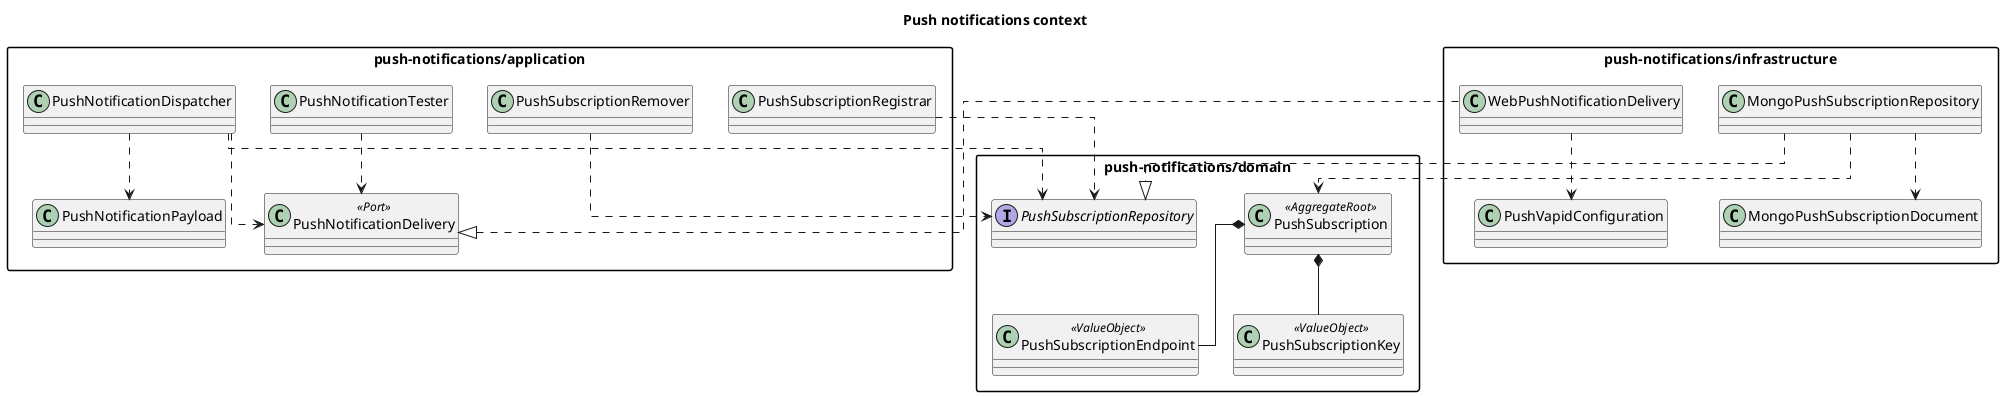
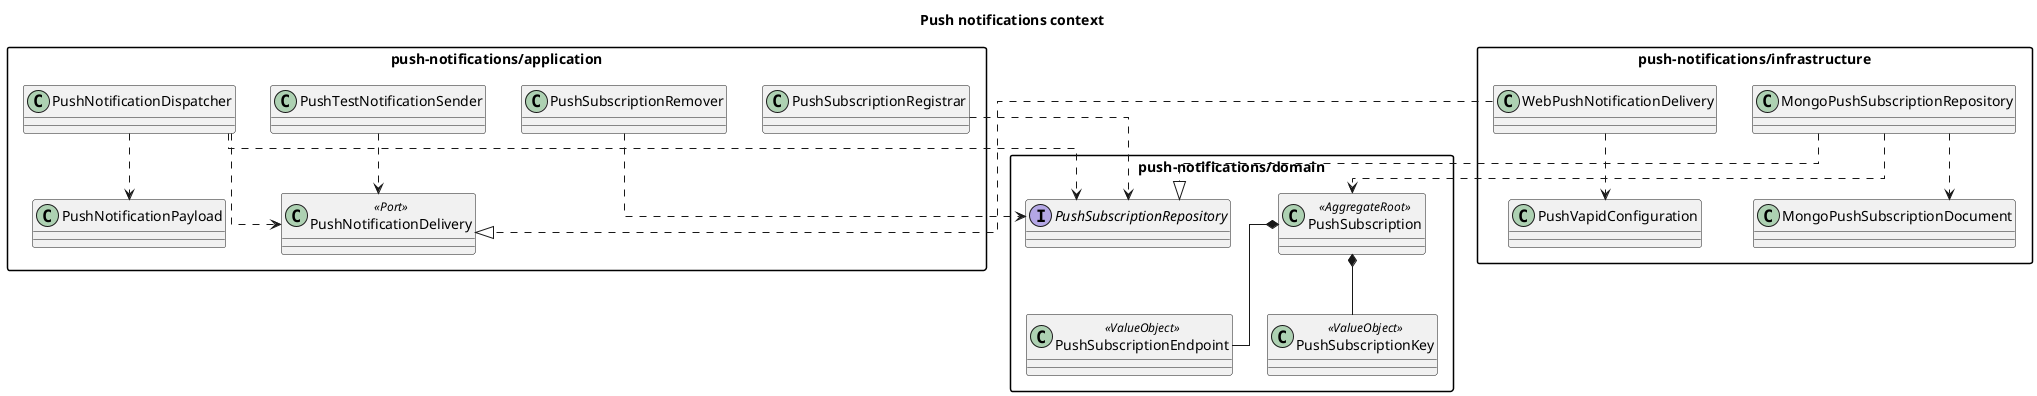
@startuml PushNotificationsClasses
title Push notifications context

skinparam packageStyle rectangle
skinparam linetype ortho

package "push-notifications/domain" {
  class PushSubscription <<AggregateRoot>>
  class PushSubscriptionEndpoint <<ValueObject>>
  class PushSubscriptionKey <<ValueObject>>

  interface PushSubscriptionRepository
}

package "push-notifications/application" {
  class PushSubscriptionRegistrar
  class PushSubscriptionRemover
  class PushNotificationDispatcher
  class PushNotificationDelivery <<Port>>
  class PushNotificationPayload
-   class PushNotificationTester
+   class PushTestNotificationSender
}

package "push-notifications/infrastructure" {
  class MongoPushSubscriptionRepository
  class MongoPushSubscriptionDocument
  class PushVapidConfiguration
  class WebPushNotificationDelivery
}

PushSubscription *-- PushSubscriptionEndpoint
PushSubscription *-- PushSubscriptionKey

PushSubscriptionRegistrar ..> PushSubscriptionRepository
PushSubscriptionRemover ..> PushSubscriptionRepository
PushNotificationDispatcher ..> PushSubscriptionRepository
PushNotificationDispatcher ..> PushNotificationDelivery
PushNotificationDispatcher ..> PushNotificationPayload
- PushNotificationTester ..> PushNotificationDelivery
+ PushTestNotificationSender ..> PushNotificationDelivery

MongoPushSubscriptionRepository ..|> PushSubscriptionRepository
MongoPushSubscriptionRepository ..> MongoPushSubscriptionDocument
MongoPushSubscriptionRepository ..> PushSubscription

WebPushNotificationDelivery ..|> PushNotificationDelivery
WebPushNotificationDelivery ..> PushVapidConfiguration

@enduml
